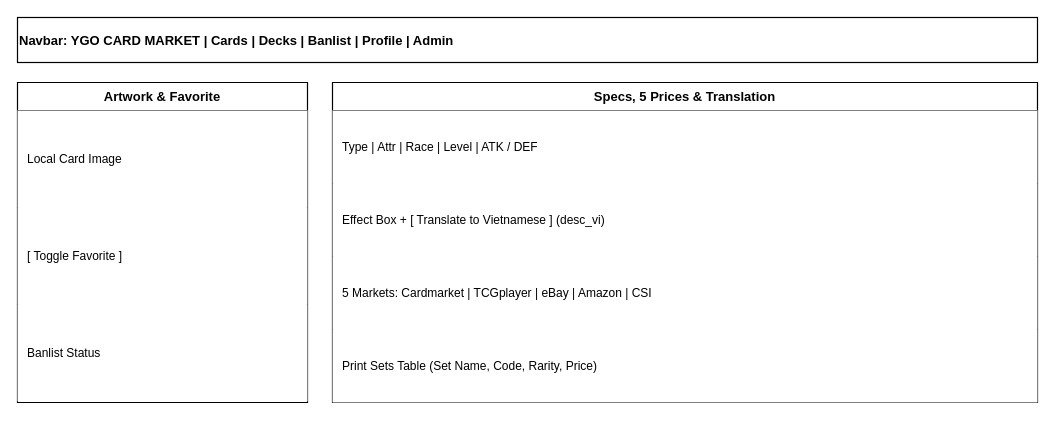
minhthanh1806/PROJECT_SDN keeps this draw.io diagram as page "3.2 CardDetailPage (/card/:id) Wireframe" (2 of 6) of Tai lieu/Draw.io/SRS_3_UI_Wireframes.drawio. Above is the earlier version. Source tidied: cells renumbered, new cells numbered last; positions are measured from the earlier drawing's top-left corner, leaving out a move shared by most shapes. Both pictures are drawn from the tidied source at 100%, with x=0, y=0 at pixel (17, 17).
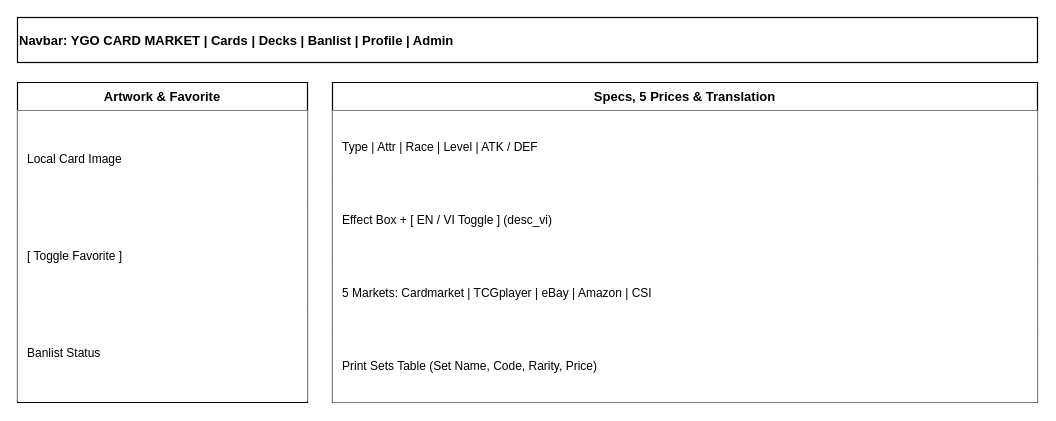
The same diagram, later.

Diff of the diagram source:
```diff
@@
 <mxGraphModel>
   <root>
     <mxCell id="0" />
     <mxCell id="1" parent="0" />
     <mxCell id="2" value="Navbar:   YGO CARD MARKET   |   Cards   |   Decks   |   Banlist   |   Profile   |   Admin" style="rounded=0;whiteSpace=wrap;html=1;fillColor=#ffffff;strokeColor=#000000;fontColor=#000000;fontSize=13;fontStyle=1;align=left;verticalAlign=middle;strokeWidth=1.2;" parent="1" vertex="1">
       <mxGeometry width="1020" height="45" as="geometry" />
     </mxCell>
     <mxCell id="3" value="Artwork &amp; Favorite" style="swimlane;fontStyle=1;align=center;verticalAlign=top;horizontal=1;startSize=28;whiteSpace=wrap;html=1;fillColor=#ffffff;strokeColor=#000000;fontColor=#000000;fontSize=13;strokeWidth=1.2;" parent="1" vertex="1">
       <mxGeometry y="65" width="290" height="320" as="geometry" />
     </mxCell>
     <mxCell id="4" value="Local Card Image" style="text;strokeColor=none;fillColor=#ffffff;align=left;verticalAlign=middle;spacingLeft=8;whiteSpace=wrap;html=1;fontSize=12;fontColor=#000000;" parent="3" vertex="1">
       <mxGeometry y="28" width="290" height="97" as="geometry" />
     </mxCell>
     <mxCell id="5" value="[ Toggle Favorite ]" style="text;strokeColor=none;fillColor=#ffffff;align=left;verticalAlign=middle;spacingLeft=8;whiteSpace=wrap;html=1;fontSize=12;fontColor=#000000;" parent="3" vertex="1">
       <mxGeometry y="125" width="290" height="97" as="geometry" />
     </mxCell>
     <mxCell id="6" value="Banlist Status" style="text;strokeColor=none;fillColor=#ffffff;align=left;verticalAlign=middle;spacingLeft=8;whiteSpace=wrap;html=1;fontSize=12;fontColor=#000000;" parent="3" vertex="1">
       <mxGeometry y="222" width="290" height="97" as="geometry" />
     </mxCell>
     <mxCell id="7" value="Specs, 5 Prices &amp; Translation" style="swimlane;fontStyle=1;align=center;verticalAlign=top;horizontal=1;startSize=28;whiteSpace=wrap;html=1;fillColor=#ffffff;strokeColor=#000000;fontColor=#000000;fontSize=13;strokeWidth=1.2;" parent="1" vertex="1">
       <mxGeometry x="315" y="65" width="705" height="320" as="geometry" />
     </mxCell>
     <mxCell id="8" value="Type | Attr | Race | Level | ATK / DEF" style="text;strokeColor=none;fillColor=#ffffff;align=left;verticalAlign=middle;spacingLeft=8;whiteSpace=wrap;html=1;fontSize=12;fontColor=#000000;" parent="7" vertex="1">
       <mxGeometry y="28" width="705" height="73" as="geometry" />
     </mxCell>
-    <mxCell id="9" value="Effect Box + [ Translate to Vietnamese ] (desc_vi)" style="text;strokeColor=none;fillColor=#ffffff;align=left;verticalAlign=middle;spacingLeft=8;whiteSpace=wrap;html=1;fontSize=12;fontColor=#000000;" parent="7" vertex="1">
+    <mxCell id="9" value="Effect Box + [ EN / VI Toggle ] (desc_vi)" style="text;strokeColor=none;fillColor=#ffffff;align=left;verticalAlign=middle;spacingLeft=8;whiteSpace=wrap;html=1;fontSize=12;fontColor=#000000;" parent="7" vertex="1">
       <mxGeometry y="101" width="705" height="73" as="geometry" />
     </mxCell>
     <mxCell id="10" value="5 Markets: Cardmarket | TCGplayer | eBay | Amazon | CSI" style="text;strokeColor=none;fillColor=#ffffff;align=left;verticalAlign=middle;spacingLeft=8;whiteSpace=wrap;html=1;fontSize=12;fontColor=#000000;" parent="7" vertex="1">
       <mxGeometry y="174" width="705" height="73" as="geometry" />
     </mxCell>
     <mxCell id="11" value="Print Sets Table (Set Name, Code, Rarity, Price)" style="text;strokeColor=none;fillColor=#ffffff;align=left;verticalAlign=middle;spacingLeft=8;whiteSpace=wrap;html=1;fontSize=12;fontColor=#000000;" parent="7" vertex="1">
       <mxGeometry y="247" width="705" height="73" as="geometry" />
     </mxCell>
   </root>
 </mxGraphModel>
```
